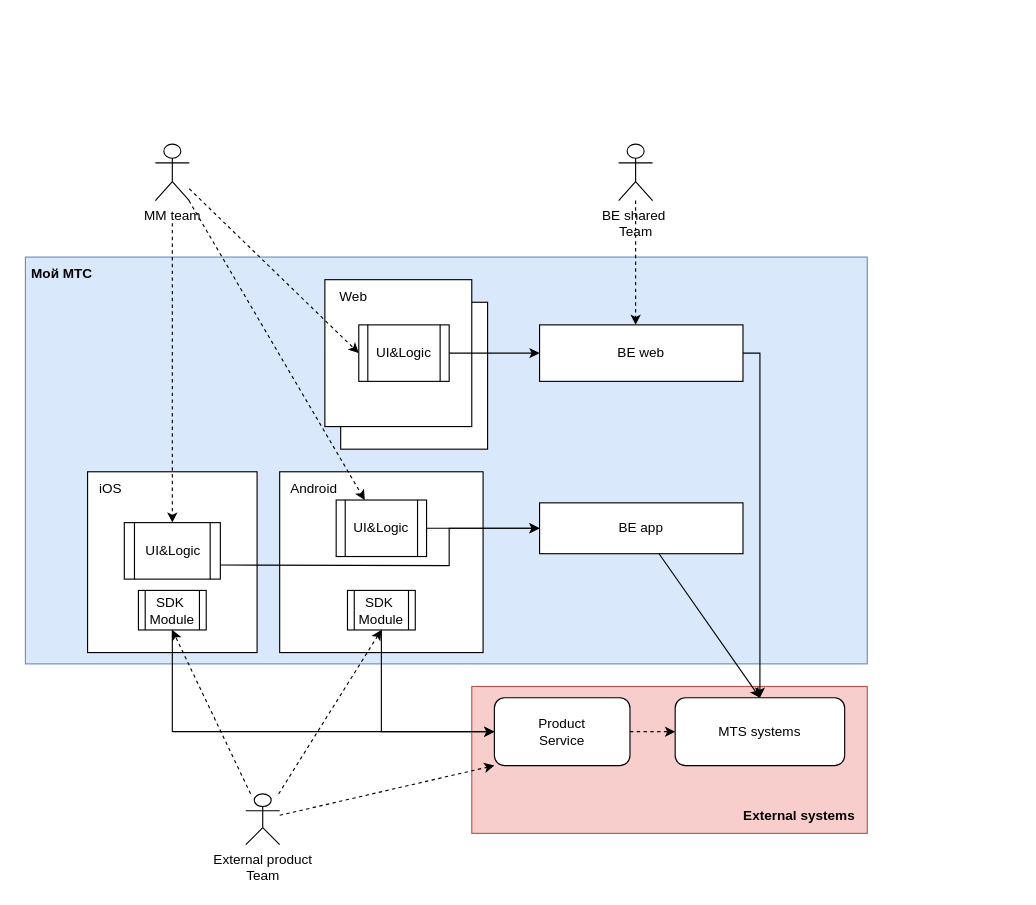
Earlier version of the draw.io diagram Untitled Diagram.drawio (djdlp/InterviewQuestions). Source tidied: cells renumbered, new cells numbered last; positions are measured from the earlier drawing's top-left corner, leaving out a move shared by most shapes. Both pictures are drawn from the tidied source at 113%, with x=0, y=0 at pixel (25, 144).
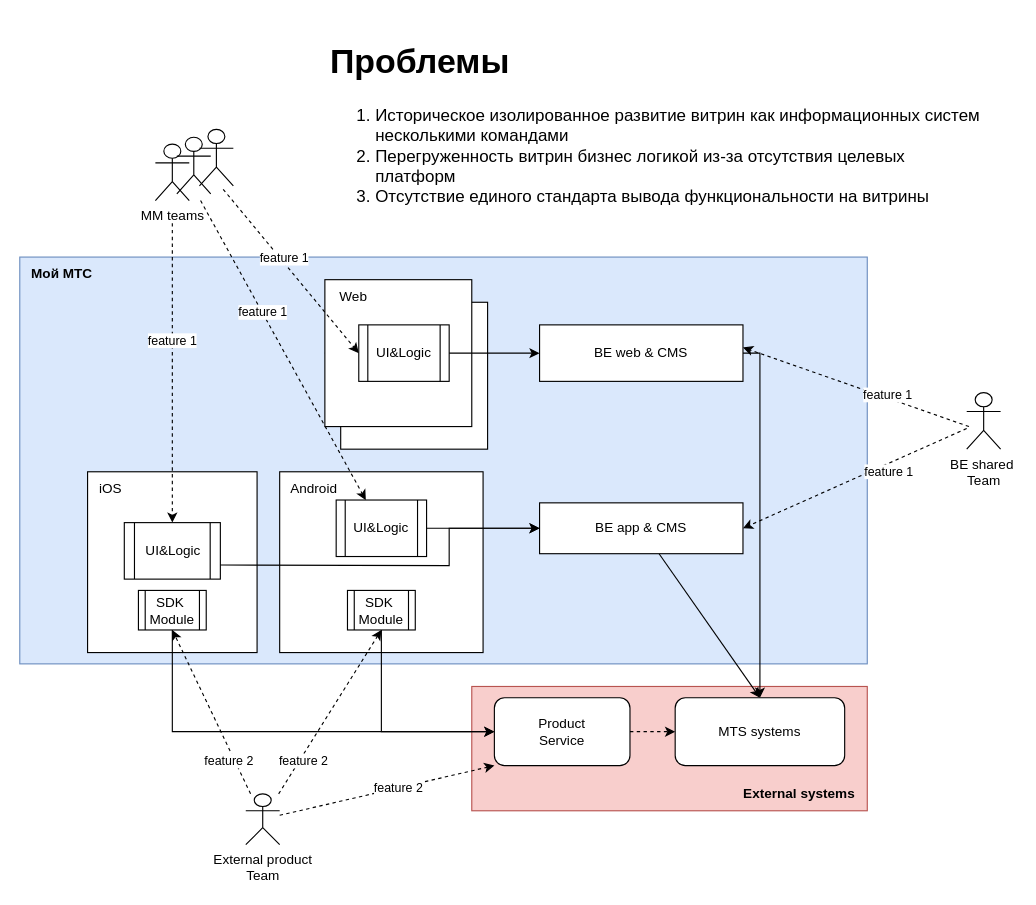
The same page after the edit.

The change refers to these unchanged cells:
```xml
<mxCell id="9" style="rounded=0;jettySize=auto;html=1;fontFamily=Helvetica;fontSize=12;fontColor=default;dashed=1;startArrow=none;" parent="1" edge="1" target="13">
  <mxGeometry relative="1" as="geometry">
    <mxPoint x="130" y="70" as="sourcePoint" />
  </mxGeometry>
</mxCell>
<mxCell id="15" value="UI&amp;amp;Logic" style="shape=process;whiteSpace=wrap;html=1;backgroundOutline=1;rounded=0;strokeColor=default;fontFamily=Helvetica;fontSize=12;fontColor=default;fillColor=none;gradientColor=none;" parent="1" vertex="1">
  <mxGeometry x="275" y="315" width="80" height="50" as="geometry" />
</mxCell>
<mxCell id="17" style="rounded=0;whiteSpace=wrap;html=1;fontFamily=Helvetica;fontSize=12;" parent="1" vertex="1">
  <mxGeometry x="455" y="317.5" width="180" height="45" as="geometry" />
</mxCell>
<mxCell id="21" style="edgeStyle=none;rounded=0;jettySize=auto;html=1;fontFamily=Helvetica;fontSize=12;fontColor=default;entryX=0.5;entryY=1;entryDx=0;entryDy=0;dashed=1;" parent="1" edge="1" source="24" target="26">
  <mxGeometry relative="1" as="geometry" />
</mxCell>
<mxCell id="22" style="edgeStyle=none;rounded=0;jettySize=auto;html=1;entryX=0.5;entryY=1;entryDx=0;entryDy=0;fontFamily=Helvetica;fontSize=12;fontColor=default;startArrow=none;startFill=0;endArrow=classic;endFill=1;dashed=1;" parent="1" edge="1" source="24" target="29">
  <mxGeometry relative="1" as="geometry" />
</mxCell>
<mxCell id="23" style="edgeStyle=none;rounded=0;jettySize=auto;html=1;entryX=0;entryY=1;entryDx=0;entryDy=0;dashed=1;fontFamily=Helvetica;fontSize=12;fontColor=default;startArrow=none;startFill=0;endArrow=classic;endFill=1;" parent="1" edge="1" source="24" target="42">
  <mxGeometry relative="1" as="geometry" />
</mxCell>
<mxCell id="41" value="UI&amp;amp;Logic" style="shape=process;whiteSpace=wrap;html=1;backgroundOutline=1;rounded=0;strokeColor=default;fontFamily=Helvetica;fontSize=12;fontColor=default;fillColor=none;gradientColor=none;" parent="1" vertex="1">
  <mxGeometry x="295" y="160" width="80" height="50" as="geometry" />
</mxCell>
```

The edit, as a diff of the source:
```diff
@@
     <mxCell id="2" style="rounded=0;whiteSpace=wrap;html=1;strokeColor=#6c8ebf;fontFamily=Helvetica;fontSize=12;fillColor=#dae8fc;" parent="1" vertex="1">
-      <mxGeometry y="100" width="745" height="360" as="geometry" />
+      <mxGeometry x="-5" y="100" width="750" height="360" as="geometry" />
     </mxCell>
@@
     <mxCell id="4" style="rounded=0;whiteSpace=wrap;html=1;strokeColor=#b85450;fontFamily=Helvetica;fontSize=12;fillColor=#f8cecc;" parent="1" vertex="1">
-      <mxGeometry x="395" y="480" width="350" height="130" as="geometry" />
+      <mxGeometry x="395" y="480" width="350" height="110" as="geometry" />
     </mxCell>
@@
+    <mxCell id="43" value="feature 1" style="edgeLabel;html=1;align=center;verticalAlign=middle;" parent="9" vertex="1">
+      <mxGeometry x="-0.22" y="-1" relative="1" as="geometry" />
+    </mxCell>
-    <mxCell id="10" style="edgeStyle=none;rounded=0;jettySize=auto;html=1;dashed=1;fontFamily=Helvetica;fontSize=12;fontColor=default;" parent="1" edge="1" source="11" target="15">
-      <mxGeometry relative="1" as="geometry" />
+    <mxCell id="10" style="edgeStyle=none;rounded=0;jettySize=auto;html=1;dashed=1;fontFamily=Helvetica;fontSize=12;fontColor=default;" parent="1" edge="1" target="15">
+      <mxGeometry relative="1" as="geometry">
+        <mxPoint x="155" y="50" as="sourcePoint" />
+      </mxGeometry>
     </mxCell>
+    <mxCell id="44" value="feature 1" style="edgeLabel;html=1;align=center;verticalAlign=middle;" parent="10" vertex="1">
+      <mxGeometry x="-0.25" relative="1" as="geometry" />
+    </mxCell>
-    <mxCell id="11" value="MM team" style="shape=umlActor;verticalLabelPosition=bottom;verticalAlign=top;html=1;outlineConnect=0;rounded=0;strokeColor=default;fontFamily=Helvetica;fontSize=12;fontColor=default;fillColor=none;gradientColor=none;direction=east;" parent="1" vertex="1">
+    <mxCell id="11" value="MM teams" style="shape=umlActor;verticalLabelPosition=bottom;verticalAlign=top;html=1;outlineConnect=0;rounded=0;strokeColor=default;fontFamily=Helvetica;fontSize=12;fontColor=default;fillColor=none;gradientColor=none;direction=east;" parent="1" vertex="1">
       <mxGeometry x="115" width="30" height="50" as="geometry" />
     </mxCell>
@@
-    <mxCell id="20" value="BE web" style="text;html=1;strokeColor=none;fillColor=none;align=center;verticalAlign=middle;whiteSpace=wrap;rounded=0;fontFamily=Helvetica;fontSize=12;fontColor=default;" parent="1" vertex="1">
-      <mxGeometry x="515" y="170" width="60" height="30" as="geometry" />
+    <mxCell id="20" value="BE web &amp;amp; CMS" style="text;html=1;strokeColor=none;fillColor=none;align=center;verticalAlign=middle;whiteSpace=wrap;rounded=0;fontFamily=Helvetica;fontSize=12;fontColor=default;" parent="1" vertex="1">
+      <mxGeometry x="480" y="170" width="130" height="30" as="geometry" />
     </mxCell>
@@
+    <mxCell id="45" value="feature 2" style="edgeLabel;html=1;align=center;verticalAlign=middle;" parent="21" vertex="1">
+      <mxGeometry x="-0.38" relative="1" as="geometry">
+        <mxPoint x="-7" y="15" as="offset" />
+      </mxGeometry>
+    </mxCell>
@@
+    <mxCell id="46" value="feature 2" style="edgeLabel;html=1;align=center;verticalAlign=middle;" parent="22" vertex="1">
+      <mxGeometry x="-0.38" y="-1" relative="1" as="geometry">
+        <mxPoint x="1" y="16" as="offset" />
+      </mxGeometry>
+    </mxCell>
@@
+    <mxCell id="47" value="feature 2" style="edgeLabel;html=1;align=center;verticalAlign=middle;" parent="23" vertex="1">
+      <mxGeometry x="0.1" relative="1" as="geometry" />
+    </mxCell>
@@
-    <mxCell id="30" value="BE app" style="text;html=1;strokeColor=none;fillColor=none;align=center;verticalAlign=middle;whiteSpace=wrap;rounded=0;fontFamily=Helvetica;fontSize=12;fontColor=default;" parent="1" vertex="1">
-      <mxGeometry x="515" y="325" width="60" height="30" as="geometry" />
+    <mxCell id="30" value="BE app &amp;amp; CMS" style="text;html=1;strokeColor=none;fillColor=none;align=center;verticalAlign=middle;whiteSpace=wrap;rounded=0;fontFamily=Helvetica;fontSize=12;fontColor=default;" parent="1" vertex="1">
+      <mxGeometry x="500" y="325" width="90" height="30" as="geometry" />
     </mxCell>
@@
-    <mxCell id="33" style="edgeStyle=none;rounded=0;jettySize=auto;html=1;dashed=1;fontFamily=Helvetica;fontSize=12;fontColor=default;startArrow=none;startFill=0;endArrow=classic;endFill=1;" parent="1" edge="1" source="34">
-      <mxGeometry relative="1" as="geometry">
-        <mxPoint x="540" y="160" as="targetPoint" />
-      </mxGeometry>
+    <mxCell id="33" style="edgeStyle=none;rounded=0;jettySize=auto;html=1;dashed=1;fontFamily=Helvetica;fontSize=12;fontColor=default;startArrow=none;startFill=0;endArrow=classic;endFill=1;entryX=1;entryY=0.5;entryDx=0;entryDy=0;" parent="1" edge="1" source="34" target="17">
+      <mxGeometry relative="1" as="geometry" />
     </mxCell>
+    <mxCell id="48" value="feature 1" style="edgeLabel;html=1;align=center;verticalAlign=middle;" parent="33" vertex="1">
+      <mxGeometry x="-0.28" y="7" relative="1" as="geometry">
+        <mxPoint x="-1" as="offset" />
+      </mxGeometry>
+    </mxCell>
     <mxCell id="34" value="BE shared&amp;nbsp;&lt;br&gt;Team" style="shape=umlActor;verticalLabelPosition=bottom;verticalAlign=top;html=1;outlineConnect=0;rounded=1;strokeColor=default;fontFamily=Helvetica;fontSize=12;fontColor=default;fillColor=none;gradientColor=none;" parent="1" vertex="1">
-      <mxGeometry x="525" width="30" height="50" as="geometry" />
+      <mxGeometry x="833" y="220" width="30" height="50" as="geometry" />
     </mxCell>
@@
     <mxCell id="36" value="External systems" style="text;html=1;strokeColor=none;fillColor=none;align=center;verticalAlign=middle;whiteSpace=wrap;rounded=0;fontFamily=Helvetica;fontSize=12;fontColor=default;fontStyle=1;" parent="1" vertex="1">
-      <mxGeometry x="625" y="580" width="120" height="30" as="geometry" />
+      <mxGeometry x="625" y="560" width="120" height="30" as="geometry" />
     </mxCell>
@@
-    <mxCell id="38" style="edgeStyle=none;rounded=0;jettySize=auto;html=1;dashed=1;fontFamily=Helvetica;fontSize=12;fontColor=default;endArrow=classic;entryX=0;entryY=0.5;entryDx=0;entryDy=0;startArrow=none;startFill=0;endFill=1;" parent="1" edge="1" source="11" target="41">
-      <mxGeometry relative="1" as="geometry" />
+    <mxCell id="38" style="edgeStyle=none;rounded=0;jettySize=auto;html=1;dashed=1;fontFamily=Helvetica;fontSize=12;fontColor=default;endArrow=classic;entryX=0;entryY=0.5;entryDx=0;entryDy=0;startArrow=none;startFill=0;endFill=1;" parent="1" edge="1" target="41">
+      <mxGeometry relative="1" as="geometry">
+        <mxPoint x="175" y="40" as="sourcePoint" />
+      </mxGeometry>
     </mxCell>
+    <mxCell id="49" value="feature 1" style="edgeLabel;html=1;align=center;verticalAlign=middle;" parent="38" vertex="1">
+      <mxGeometry x="-0.13" y="2" relative="1" as="geometry">
+        <mxPoint y="-1" as="offset" />
+      </mxGeometry>
+    </mxCell>
@@
+    <mxCell id="50" style="edgeStyle=none;rounded=0;orthogonalLoop=1;jettySize=auto;html=1;dashed=1;fontFamily=Helvetica;fontSize=12;fontColor=default;startArrow=none;startFill=0;endArrow=classic;endFill=1;" parent="1" edge="1">
+      <mxGeometry relative="1" as="geometry">
+        <mxPoint x="835" y="250" as="sourcePoint" />
+        <mxPoint x="635" y="180" as="targetPoint" />
+      </mxGeometry>
+    </mxCell>
+    <mxCell id="51" value="feature 1" style="edgeLabel;html=1;align=center;verticalAlign=middle;" parent="50" vertex="1">
+      <mxGeometry x="-0.26" y="-3" relative="1" as="geometry" />
+    </mxCell>
+    <mxCell id="52" value="&lt;h1&gt;Проблемы&lt;/h1&gt;&lt;p&gt;&lt;/p&gt;&lt;ol&gt;&lt;li&gt;Историческое изолированное развитие витрин как информационных систем несколькими командами&lt;/li&gt;&lt;li&gt;Перегруженность витрин бизнес логикой из-за отсутствия целевых платформ&lt;/li&gt;&lt;li&gt;Отсутствие единого стандарта вывода функциональности на витрины&lt;/li&gt;&lt;/ol&gt;&lt;p&gt;&lt;/p&gt;" style="text;html=1;strokeColor=none;fillColor=none;spacing=5;spacingTop=-20;whiteSpace=wrap;overflow=hidden;rounded=0;fontSize=15;" parent="1" vertex="1">
+      <mxGeometry x="265" y="-100" width="585" height="200" as="geometry" />
+    </mxCell>
+    <mxCell id="53" style="shape=umlActor;verticalLabelPosition=bottom;verticalAlign=top;html=1;rounded=0;strokeColor=default;fontFamily=Helvetica;fontSize=12;fontColor=default;fillColor=none;gradientColor=none;direction=east;" parent="1" vertex="1">
+      <mxGeometry x="134" y="-6" width="30" height="50" as="geometry" />
+    </mxCell>
+    <mxCell id="54" style="shape=umlActor;verticalLabelPosition=bottom;verticalAlign=top;html=1;rounded=0;strokeColor=default;fontFamily=Helvetica;fontSize=12;fontColor=default;fillColor=none;gradientColor=none;direction=east;" parent="1" vertex="1">
+      <mxGeometry x="154" y="-13" width="30" height="50" as="geometry" />
+    </mxCell>
```
